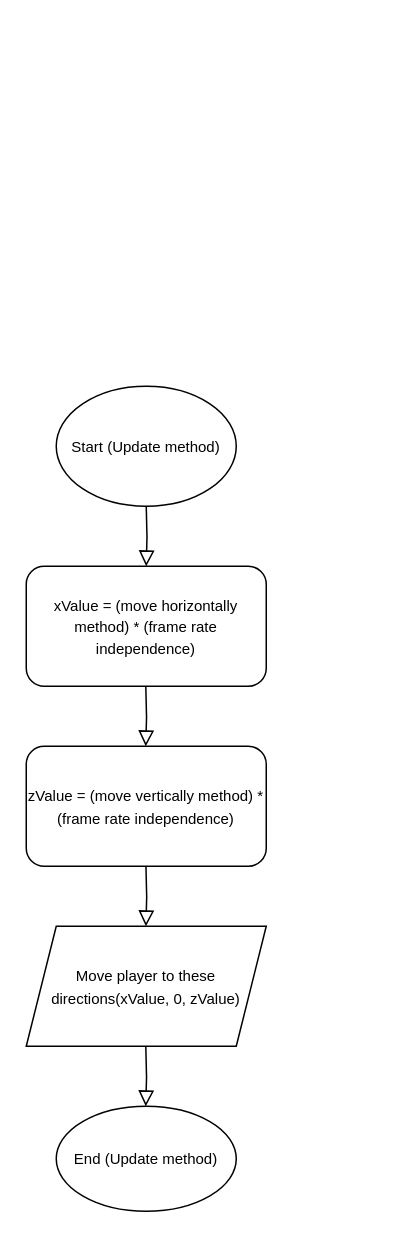
DimosGk/QuizGame keeps this draw.io diagram as Ανώνυμο διάγραμμα.drawio. Above is the earlier version. Source tidied: cells renumbered, new cells numbered last; positions are measured from the earlier drawing's top-left corner, leaving out a move shared by most shapes. Both pictures are drawn from the tidied source at 150%, with x=0, y=0 at pixel (26, 386).
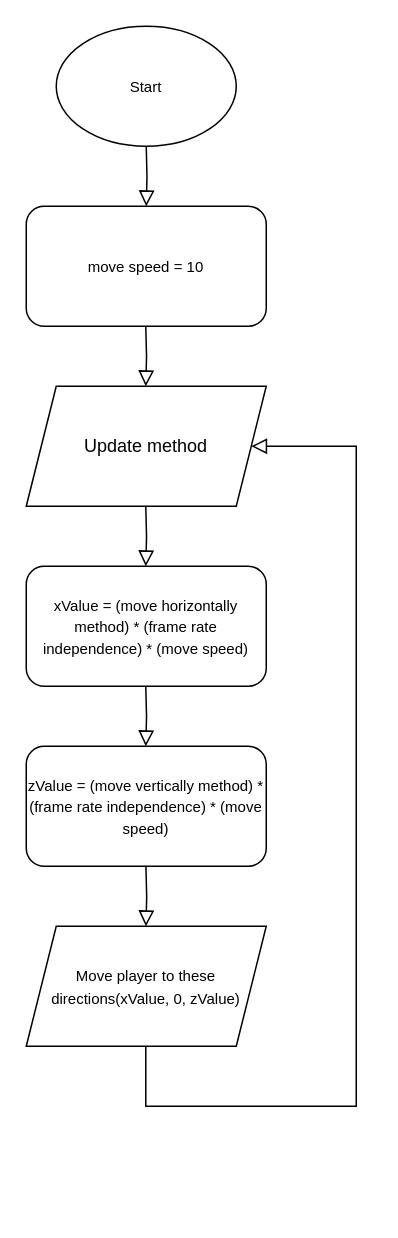
Above is the later version.

What changed in the source:
```diff
@@
     <mxCell id="2" style="rounded=0;html=1;jettySize=auto;orthogonalLoop=1;fontSize=11;endArrow=block;endFill=0;endSize=8;strokeWidth=1;shadow=0;labelBackgroundColor=none;edgeStyle=orthogonalEdgeStyle;" parent="1" edge="1">
       <mxGeometry relative="1" as="geometry">
-        <mxPoint x="80" y="80" as="sourcePoint" />
-        <mxPoint x="80" y="120" as="targetPoint" />
+        <mxPoint x="80" y="-160" as="sourcePoint" />
+        <mxPoint x="80" y="-120" as="targetPoint" />
       </mxGeometry>
     </mxCell>
-    <mxCell id="3" value="&lt;font style=&quot;font-size: 10px;&quot;&gt;xValue = (move horizontally method) * (frame rate independence)&lt;/font&gt;" style="rounded=1;whiteSpace=wrap;html=1;fontSize=12;glass=0;strokeWidth=1;shadow=0;gradientColor=none;" parent="1" vertex="1">
+    <mxCell id="3" value="&lt;font style=&quot;font-size: 10px;&quot;&gt;xValue = (move horizontally method) * (frame rate independence) * (move speed)&lt;/font&gt;" style="rounded=1;whiteSpace=wrap;html=1;fontSize=12;glass=0;strokeWidth=1;shadow=0;gradientColor=none;" parent="1" vertex="1">
       <mxGeometry y="120" width="160" height="80" as="geometry" />
     </mxCell>
-    <mxCell id="4" value="&lt;font style=&quot;font-size: 10px;&quot;&gt;zValue = (move vertically method) * (frame rate independence)&lt;/font&gt;" style="rounded=1;whiteSpace=wrap;html=1;fontSize=12;glass=0;strokeWidth=1;shadow=0;" parent="1" vertex="1">
+    <mxCell id="4" value="&lt;font style=&quot;font-size: 10px;&quot;&gt;zValue = (move vertically method)&lt;/font&gt;&lt;span style=&quot;font-size: 10px;&quot;&gt;&amp;nbsp;* (frame rate independence) * (move speed)&lt;/span&gt;" style="rounded=1;whiteSpace=wrap;html=1;fontSize=12;glass=0;strokeWidth=1;shadow=0;" parent="1" vertex="1">
       <mxGeometry y="240" width="160" height="80" as="geometry" />
     </mxCell>
@@
-    <mxCell id="7" value="&lt;font style=&quot;font-size: 10px;&quot;&gt;Start (Update method)&lt;/font&gt;" style="ellipse;whiteSpace=wrap;html=1;" parent="1" vertex="1">
-      <mxGeometry x="20" width="120" height="80" as="geometry" />
+    <mxCell id="7" value="&lt;font style=&quot;font-size: 10px;&quot;&gt;Start&lt;/font&gt;" style="ellipse;whiteSpace=wrap;html=1;" parent="1" vertex="1">
+      <mxGeometry x="20" y="-240" width="120" height="80" as="geometry" />
     </mxCell>
-    <mxCell id="8" value="&lt;font style=&quot;font-size: 10px;&quot;&gt;End (Update method)&lt;/font&gt;" style="ellipse;whiteSpace=wrap;html=1;" parent="1" vertex="1">
-      <mxGeometry x="20" y="480" width="120" height="70" as="geometry" />
-    </mxCell>
-    <mxCell id="9" style="rounded=0;html=1;jettySize=auto;orthogonalLoop=1;fontSize=11;endArrow=block;endFill=0;endSize=8;strokeWidth=1;shadow=0;labelBackgroundColor=none;edgeStyle=orthogonalEdgeStyle;" parent="1" edge="1">
+    <mxCell id="9" style="rounded=0;html=1;jettySize=auto;fontSize=11;endArrow=block;endFill=0;endSize=8;strokeWidth=1;shadow=0;labelBackgroundColor=none;edgeStyle=orthogonalEdgeStyle;" parent="1" edge="1" target="11">
       <mxGeometry relative="1" as="geometry">
         <mxPoint x="79.7" y="440" as="sourcePoint" />
-        <mxPoint x="79.7" y="480" as="targetPoint" />
+        <Array as="points">
+          <mxPoint x="80" y="480" />
+          <mxPoint x="220" y="480" />
+          <mxPoint x="220" y="40" />
+        </Array>
       </mxGeometry>
     </mxCell>
@@
+    <mxCell id="11" value="Update method" style="shape=parallelogram;perimeter=parallelogramPerimeter;whiteSpace=wrap;html=1;fixedSize=1;" parent="1" vertex="1">
+      <mxGeometry width="160" height="80" as="geometry" />
+    </mxCell>
+    <mxCell id="12" style="rounded=0;html=1;jettySize=auto;orthogonalLoop=1;fontSize=11;endArrow=block;endFill=0;endSize=8;strokeWidth=1;shadow=0;labelBackgroundColor=none;edgeStyle=orthogonalEdgeStyle;" parent="1" edge="1">
+      <mxGeometry relative="1" as="geometry">
+        <mxPoint x="79.7" y="80" as="sourcePoint" />
+        <mxPoint x="79.7" y="120" as="targetPoint" />
+      </mxGeometry>
+    </mxCell>
+    <mxCell id="13" style="rounded=0;html=1;jettySize=auto;orthogonalLoop=1;fontSize=11;endArrow=block;endFill=0;endSize=8;strokeWidth=1;shadow=0;labelBackgroundColor=none;edgeStyle=orthogonalEdgeStyle;" parent="1" edge="1">
+      <mxGeometry relative="1" as="geometry">
+        <mxPoint x="79.7" y="-40" as="sourcePoint" />
+        <mxPoint x="79.7" as="targetPoint" />
+      </mxGeometry>
+    </mxCell>
+    <mxCell id="14" value="&lt;font style=&quot;font-size: 10px;&quot;&gt;move speed = 10&lt;/font&gt;" style="rounded=1;whiteSpace=wrap;html=1;fontSize=12;glass=0;strokeWidth=1;shadow=0;gradientColor=none;" parent="1" vertex="1">
+      <mxGeometry y="-120" width="160" height="80" as="geometry" />
+    </mxCell>
```
